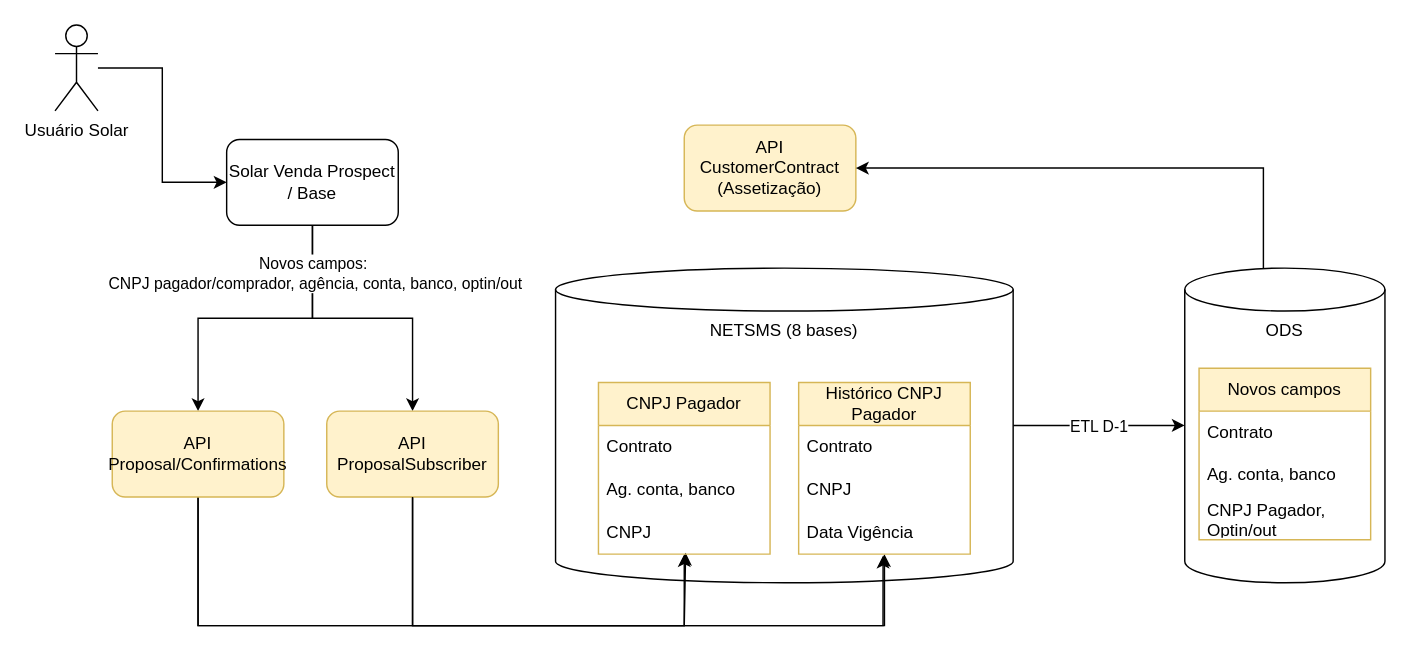
The draw.io diagram Solar 129761 Pix Automático PME - Apresentação DSS.drawio in samirali/ClaroBrasil, before the edit. Source tidied: cells renumbered, new cells numbered last; positions are measured from the earlier drawing's top-left corner, leaving out a move shared by most shapes. Both pictures are drawn from the tidied source at 143%, with x=0, y=0 at pixel (54, 24).
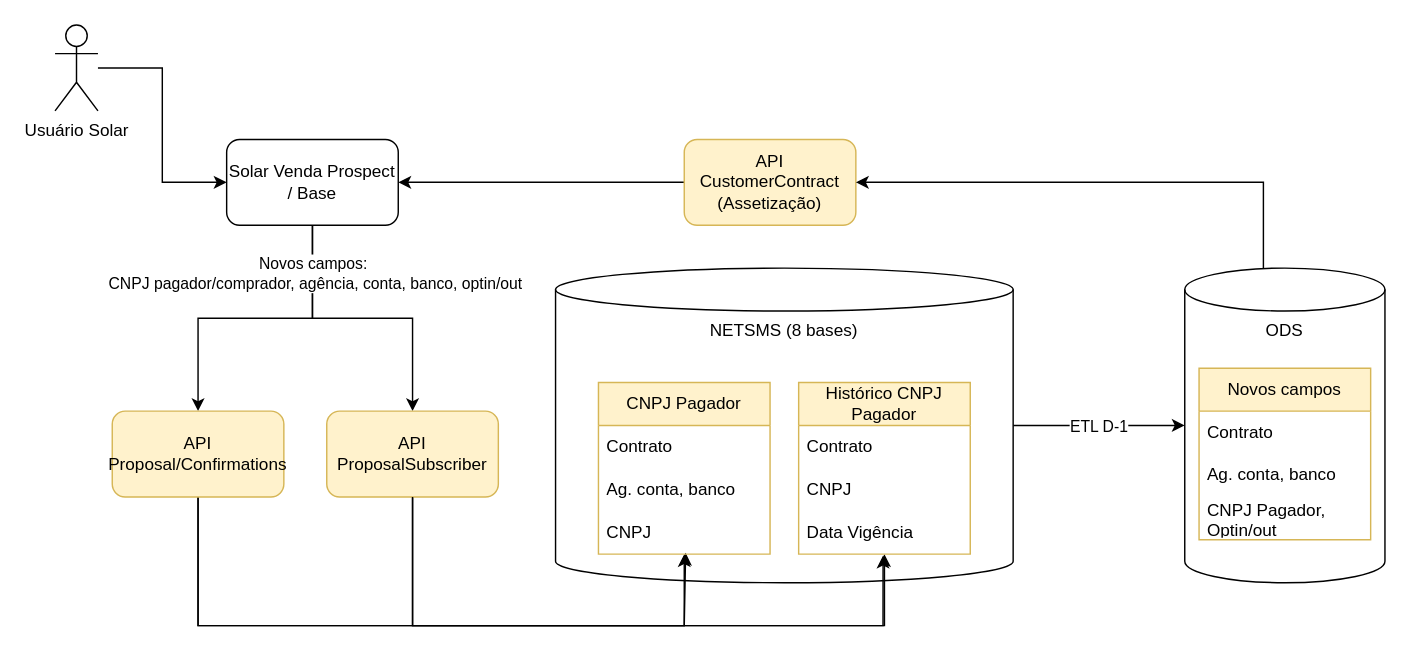
The same page after the edit.

Unchanged cells that the change refers to:
```xml
<mxCell id="8" value="Solar Venda Prospect / Base" style="rounded=1;whiteSpace=wrap;html=1;" parent="1" vertex="1">
  <mxGeometry x="120" y="80" width="120" height="60" as="geometry" />
</mxCell>
<mxCell id="27" value="ODS" style="shape=cylinder3;whiteSpace=wrap;html=1;boundedLbl=1;backgroundOutline=1;size=15;verticalAlign=top;" parent="1" vertex="1">
  <mxGeometry x="790" y="170" width="140" height="220" as="geometry" />
</mxCell>
```

Change to the diagram source:
```diff
@@
+    <mxCell id="32" style="edgeStyle=orthogonalEdgeStyle;rounded=0;jettySize=auto;html=1;entryX=1;entryY=0.5;entryDx=0;entryDy=0;" parent="1" edge="1" source="25" target="8">
+      <mxGeometry relative="1" as="geometry" />
+    </mxCell>
     <mxCell id="25" value="API CustomerContract (Assetização)" style="rounded=1;whiteSpace=wrap;html=1;fillColor=#fff2cc;strokeColor=#d6b656;" parent="1" vertex="1">
-      <mxGeometry x="440" y="70" width="120" height="60" as="geometry" />
+      <mxGeometry x="440" y="80" width="120" height="60" as="geometry" />
     </mxCell>
     <mxCell id="26" style="edgeStyle=orthogonalEdgeStyle;rounded=0;jettySize=auto;html=1;entryX=1;entryY=0.5;entryDx=0;entryDy=0;" parent="1" edge="1" source="27" target="25">
       <mxGeometry relative="1" as="geometry">
         <Array as="points">
-          <mxPoint x="845" y="100" />
+          <mxPoint x="845" y="110" />
         </Array>
       </mxGeometry>
     </mxCell>
```
